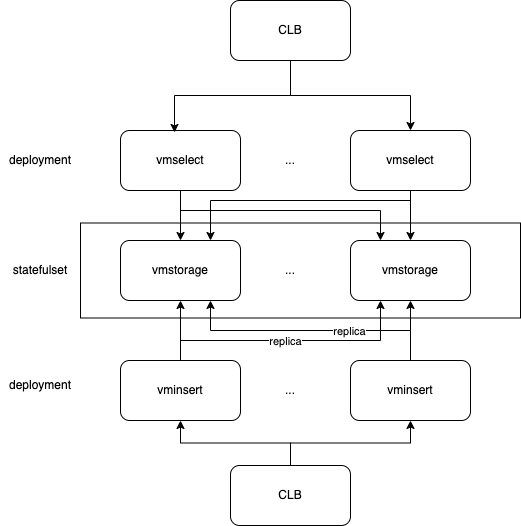
Earlier version of the draw.io export vm-k8s部署.drawio.png (leiwingqueen/draw-io). Source tidied: cells renumbered, new cells last; positions are measured from the earlier drawing's top-left corner, leaving out a move shared by most shapes. Source of this version:
```xml
<mxGraphModel>
  <root>
    <mxCell id="0" />
    <mxCell id="1" parent="0" />
    <mxCell id="2" style="rounded=0;whiteSpace=wrap;html=1;" parent="1" vertex="1">
      <mxGeometry x="80" y="222.5" width="440" height="95" as="geometry" />
    </mxCell>
    <mxCell id="3" style="edgeStyle=orthogonalEdgeStyle;rounded=0;jettySize=auto;html=1;" parent="1" edge="1" source="5" target="10">
      <mxGeometry relative="1" as="geometry" />
    </mxCell>
    <mxCell id="4" style="edgeStyle=orthogonalEdgeStyle;rounded=0;jettySize=auto;html=1;entryX=0.25;entryY=0;entryDx=0;entryDy=0;" parent="1" edge="1" source="5" target="11">
      <mxGeometry relative="1" as="geometry">
        <Array as="points">
          <mxPoint x="180" y="210" />
          <mxPoint x="380" y="210" />
        </Array>
      </mxGeometry>
    </mxCell>
    <mxCell id="5" value="vmselect" style="rounded=1;whiteSpace=wrap;html=1;" parent="1" vertex="1">
      <mxGeometry x="120" y="130" width="120" height="60" as="geometry" />
    </mxCell>
    <mxCell id="6" style="edgeStyle=orthogonalEdgeStyle;rounded=0;jettySize=auto;html=1;" parent="1" edge="1" source="8" target="11">
      <mxGeometry relative="1" as="geometry" />
    </mxCell>
    <mxCell id="7" style="edgeStyle=orthogonalEdgeStyle;rounded=0;jettySize=auto;html=1;entryX=0.75;entryY=0;entryDx=0;entryDy=0;" parent="1" edge="1" source="8" target="10">
      <mxGeometry relative="1" as="geometry">
        <Array as="points">
          <mxPoint x="410" y="200" />
          <mxPoint x="210" y="200" />
        </Array>
      </mxGeometry>
    </mxCell>
    <mxCell id="8" value="vmselect" style="rounded=1;whiteSpace=wrap;html=1;" parent="1" vertex="1">
      <mxGeometry x="350" y="130" width="120" height="60" as="geometry" />
    </mxCell>
    <mxCell id="9" value="..." style="text;html=1;align=center;verticalAlign=middle;whiteSpace=wrap;rounded=0;" parent="1" vertex="1">
      <mxGeometry x="260" y="145" width="60" height="30" as="geometry" />
    </mxCell>
    <mxCell id="10" value="vmstorage" style="rounded=1;whiteSpace=wrap;html=1;" parent="1" vertex="1">
      <mxGeometry x="120" y="240" width="120" height="60" as="geometry" />
    </mxCell>
    <mxCell id="11" value="vmstorage" style="rounded=1;whiteSpace=wrap;html=1;" parent="1" vertex="1">
      <mxGeometry x="350" y="240" width="120" height="60" as="geometry" />
    </mxCell>
    <mxCell id="12" value="..." style="text;html=1;align=center;verticalAlign=middle;whiteSpace=wrap;rounded=0;" parent="1" vertex="1">
      <mxGeometry x="260" y="255" width="60" height="30" as="geometry" />
    </mxCell>
    <mxCell id="13" style="edgeStyle=orthogonalEdgeStyle;rounded=0;jettySize=auto;html=1;" parent="1" edge="1" source="16" target="10">
      <mxGeometry relative="1" as="geometry" />
    </mxCell>
    <mxCell id="14" style="edgeStyle=orthogonalEdgeStyle;rounded=0;jettySize=auto;html=1;entryX=0.25;entryY=1;entryDx=0;entryDy=0;" parent="1" edge="1" source="16" target="11">
      <mxGeometry relative="1" as="geometry">
        <Array as="points">
          <mxPoint x="180" y="340" />
          <mxPoint x="380" y="340" />
        </Array>
      </mxGeometry>
    </mxCell>
    <mxCell id="15" value="replica" style="edgeLabel;html=1;align=center;verticalAlign=middle;" parent="14" vertex="1">
      <mxGeometry x="-0.05" relative="1" as="geometry" />
    </mxCell>
    <mxCell id="16" value="vminsert" style="rounded=1;whiteSpace=wrap;html=1;" parent="1" vertex="1">
      <mxGeometry x="120" y="360" width="120" height="60" as="geometry" />
    </mxCell>
    <mxCell id="17" style="edgeStyle=orthogonalEdgeStyle;rounded=0;jettySize=auto;html=1;" parent="1" edge="1" source="20" target="11">
      <mxGeometry relative="1" as="geometry" />
    </mxCell>
    <mxCell id="18" style="edgeStyle=orthogonalEdgeStyle;rounded=0;jettySize=auto;html=1;entryX=0.75;entryY=1;entryDx=0;entryDy=0;" parent="1" edge="1" source="20" target="10">
      <mxGeometry relative="1" as="geometry">
        <Array as="points">
          <mxPoint x="410" y="330" />
          <mxPoint x="210" y="330" />
        </Array>
      </mxGeometry>
    </mxCell>
    <mxCell id="19" value="replica" style="edgeLabel;html=1;align=center;verticalAlign=middle;" parent="18" vertex="1">
      <mxGeometry x="-0.29" relative="1" as="geometry" />
    </mxCell>
    <mxCell id="20" value="vminsert" style="rounded=1;whiteSpace=wrap;html=1;" parent="1" vertex="1">
      <mxGeometry x="350" y="360" width="120" height="60" as="geometry" />
    </mxCell>
    <mxCell id="21" value="..." style="text;html=1;align=center;verticalAlign=middle;whiteSpace=wrap;rounded=0;" parent="1" vertex="1">
      <mxGeometry x="260" y="375" width="60" height="30" as="geometry" />
    </mxCell>
    <mxCell id="22" value="statefulset" style="text;html=1;align=center;verticalAlign=middle;whiteSpace=wrap;rounded=0;" parent="1" vertex="1">
      <mxGeometry y="255" width="80" height="30" as="geometry" />
    </mxCell>
    <mxCell id="23" value="deployment" style="text;html=1;align=center;verticalAlign=middle;whiteSpace=wrap;rounded=0;" parent="1" vertex="1">
      <mxGeometry x="10" y="145" width="60" height="30" as="geometry" />
    </mxCell>
    <mxCell id="24" value="deployment" style="text;html=1;align=center;verticalAlign=middle;whiteSpace=wrap;rounded=0;" parent="1" vertex="1">
      <mxGeometry x="10" y="370" width="60" height="30" as="geometry" />
    </mxCell>
    <mxCell id="25" style="edgeStyle=orthogonalEdgeStyle;rounded=0;jettySize=auto;html=1;entryX=0.5;entryY=0;entryDx=0;entryDy=0;" parent="1" edge="1" source="26" target="8">
      <mxGeometry relative="1" as="geometry" />
    </mxCell>
    <mxCell id="26" value="CLB" style="rounded=1;whiteSpace=wrap;html=1;" parent="1" vertex="1">
      <mxGeometry x="230" width="120" height="60" as="geometry" />
    </mxCell>
    <mxCell id="27" style="edgeStyle=orthogonalEdgeStyle;rounded=0;jettySize=auto;html=1;entryX=0.45;entryY=0.033;entryDx=0;entryDy=0;entryPerimeter=0;" parent="1" edge="1" source="26" target="5">
      <mxGeometry relative="1" as="geometry" />
    </mxCell>
    <mxCell id="28" style="edgeStyle=orthogonalEdgeStyle;rounded=0;jettySize=auto;html=1;" parent="1" edge="1" source="30" target="16">
      <mxGeometry relative="1" as="geometry" />
    </mxCell>
    <mxCell id="29" style="edgeStyle=orthogonalEdgeStyle;rounded=0;jettySize=auto;html=1;entryX=0.5;entryY=1;entryDx=0;entryDy=0;" parent="1" edge="1" source="30" target="20">
      <mxGeometry relative="1" as="geometry" />
    </mxCell>
    <mxCell id="30" value="CLB" style="rounded=1;whiteSpace=wrap;html=1;" parent="1" vertex="1">
      <mxGeometry x="230" y="465" width="120" height="60" as="geometry" />
    </mxCell>
  </root>
</mxGraphModel>
```
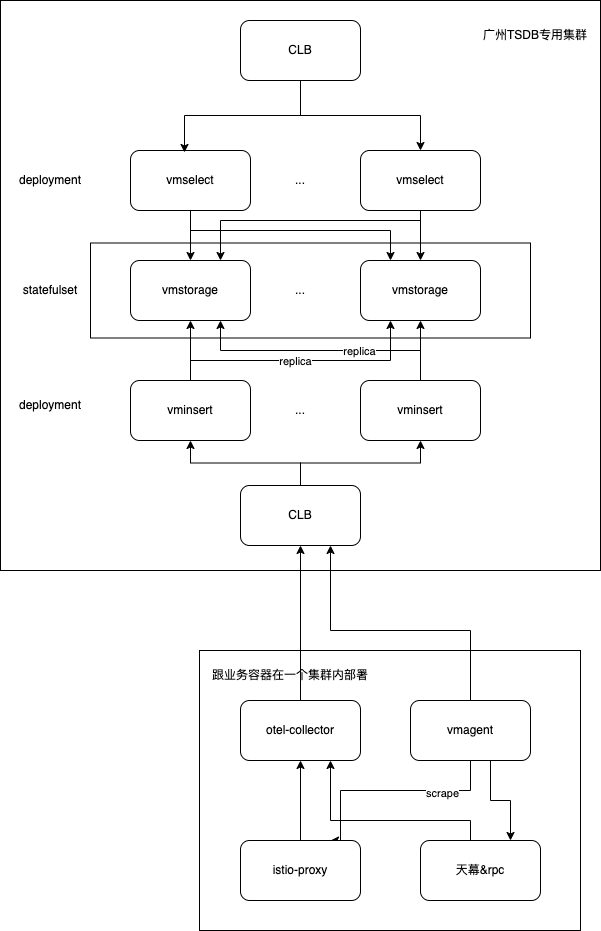
After the commit.

Commit message:
已添加 vm-k8s部署.drawio.png

What changed in the source:
```diff
@@ -2,6 +2,12 @@
   <root>
     <mxCell id="0" />
     <mxCell id="1" parent="0" />
+    <mxCell id="31" style="rounded=0;whiteSpace=wrap;html=1;" parent="1" vertex="1">
+      <mxGeometry x="-10" y="-20" width="600" height="570" as="geometry" />
+    </mxCell>
+    <mxCell id="32" style="rounded=0;whiteSpace=wrap;html=1;" parent="1" vertex="1">
+      <mxGeometry x="189" y="630" width="381" height="280" as="geometry" />
+    </mxCell>
     <mxCell id="2" style="rounded=0;whiteSpace=wrap;html=1;" parent="1" vertex="1">
       <mxGeometry x="80" y="222.5" width="440" height="95" as="geometry" />
     </mxCell>
@@ -109,5 +115,65 @@
     <mxCell id="30" value="CLB" style="rounded=1;whiteSpace=wrap;html=1;" parent="1" vertex="1">
       <mxGeometry x="230" y="465" width="120" height="60" as="geometry" />
     </mxCell>
+    <mxCell id="33" style="edgeStyle=orthogonalEdgeStyle;rounded=0;jettySize=auto;html=1;entryX=0.5;entryY=1;entryDx=0;entryDy=0;" parent="1" edge="1" source="34" target="30">
+      <mxGeometry relative="1" as="geometry" />
+    </mxCell>
+    <mxCell id="34" value="otel-collector" style="rounded=1;whiteSpace=wrap;html=1;" parent="1" vertex="1">
+      <mxGeometry x="230" y="680" width="120" height="60" as="geometry" />
+    </mxCell>
+    <mxCell id="35" style="edgeStyle=orthogonalEdgeStyle;rounded=0;jettySize=auto;html=1;entryX=0.75;entryY=1;entryDx=0;entryDy=0;" parent="1" edge="1" source="39" target="30">
+      <mxGeometry relative="1" as="geometry">
+        <Array as="points">
+          <mxPoint x="460" y="610" />
+          <mxPoint x="320" y="610" />
+        </Array>
+      </mxGeometry>
+    </mxCell>
+    <mxCell id="36" style="edgeStyle=orthogonalEdgeStyle;rounded=0;jettySize=auto;html=1;entryX=0.75;entryY=0;entryDx=0;entryDy=0;" parent="1" edge="1" source="39" target="41">
+      <mxGeometry relative="1" as="geometry">
+        <Array as="points">
+          <mxPoint x="460" y="770" />
+          <mxPoint x="330" y="770" />
+          <mxPoint x="330" y="820" />
+        </Array>
+      </mxGeometry>
+    </mxCell>
+    <mxCell id="37" value="scrape" style="edgeLabel;html=1;align=center;verticalAlign=middle;" parent="36" vertex="1">
+      <mxGeometry x="-0.46" y="2" relative="1" as="geometry" />
+    </mxCell>
+    <mxCell id="38" style="edgeStyle=orthogonalEdgeStyle;rounded=0;jettySize=auto;html=1;entryX=0.75;entryY=0;entryDx=0;entryDy=0;" parent="1" edge="1" source="39" target="43">
+      <mxGeometry relative="1" as="geometry">
+        <Array as="points">
+          <mxPoint x="480" y="780" />
+          <mxPoint x="500" y="780" />
+        </Array>
+      </mxGeometry>
+    </mxCell>
+    <mxCell id="39" value="vmagent" style="rounded=1;whiteSpace=wrap;html=1;" parent="1" vertex="1">
+      <mxGeometry x="400" y="680" width="120" height="60" as="geometry" />
+    </mxCell>
+    <mxCell id="40" style="edgeStyle=orthogonalEdgeStyle;rounded=0;jettySize=auto;html=1;" parent="1" edge="1" source="41" target="34">
+      <mxGeometry relative="1" as="geometry" />
+    </mxCell>
+    <mxCell id="41" value="istio-proxy" style="rounded=1;whiteSpace=wrap;html=1;" parent="1" vertex="1">
+      <mxGeometry x="230" y="820" width="120" height="60" as="geometry" />
+    </mxCell>
+    <mxCell id="42" style="edgeStyle=orthogonalEdgeStyle;rounded=0;jettySize=auto;html=1;entryX=0.75;entryY=1;entryDx=0;entryDy=0;" parent="1" edge="1" source="43" target="34">
+      <mxGeometry relative="1" as="geometry">
+        <Array as="points">
+          <mxPoint x="460" y="800" />
+          <mxPoint x="320" y="800" />
+        </Array>
+      </mxGeometry>
+    </mxCell>
+    <mxCell id="43" value="天幕&amp;amp;rpc" style="rounded=1;whiteSpace=wrap;html=1;" parent="1" vertex="1">
+      <mxGeometry x="410" y="820" width="120" height="60" as="geometry" />
+    </mxCell>
+    <mxCell id="44" value="跟业务容器在一个集群内部署" style="text;html=1;align=center;verticalAlign=middle;whiteSpace=wrap;rounded=0;" parent="1" vertex="1">
+      <mxGeometry x="200" y="640" width="160" height="30" as="geometry" />
+    </mxCell>
+    <mxCell id="45" value="广州TSDB专用集群" style="text;html=1;align=center;verticalAlign=middle;whiteSpace=wrap;rounded=0;" parent="1" vertex="1">
+      <mxGeometry x="470" width="110" height="30" as="geometry" />
+    </mxCell>
   </root>
 </mxGraphModel>
```
